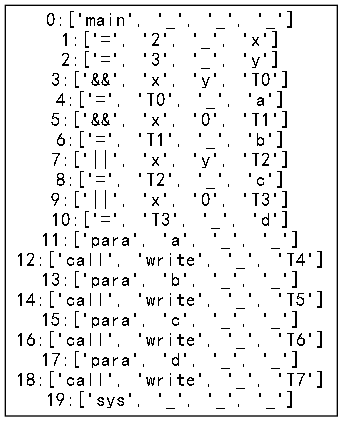
Earlier version of the Graphviz export Basic_Block/basic_block.gv.png (hutao99/compiler). Its source is kept beside it as Basic_Block/basic_block.gv.
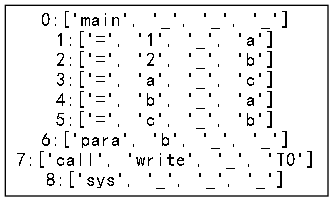
After the commit.

Diff of the diagram source:
```diff
@@ -1,23 +1,12 @@
 digraph "./Basic_Block/basic_block" {
 	0 [label="0:['main', '_', '_', '_']
-1:['=', '2', '_', 'x']
-2:['=', '3', '_', 'y']
-3:['&&', 'x', 'y', 'T0']
-4:['=', 'T0', '_', 'a']
-5:['&&', 'x', '0', 'T1']
-6:['=', 'T1', '_', 'b']
-7:['||', 'x', 'y', 'T2']
-8:['=', 'T2', '_', 'c']
-9:['||', 'x', '0', 'T3']
-10:['=', 'T3', '_', 'd']
-11:['para', 'a', '_', '_']
-12:['call', 'write', '_', 'T4']
-13:['para', 'b', '_', '_']
-14:['call', 'write', '_', 'T5']
-15:['para', 'c', '_', '_']
-16:['call', 'write', '_', 'T6']
-17:['para', 'd', '_', '_']
-18:['call', 'write', '_', 'T7']
-19:['sys', '_', '_', '_']
+1:['=', '1', '_', 'a']
+2:['=', '2', '_', 'b']
+3:['=', 'a', '_', 'c']
+4:['=', 'b', '_', 'a']
+5:['=', 'c', '_', 'b']
+6:['para', 'b', '_', '_']
+7:['call', 'write', '_', 'T0']
+8:['sys', '_', '_', '_']
 " fontname=SimHei shape=rectangle]
 }
```
